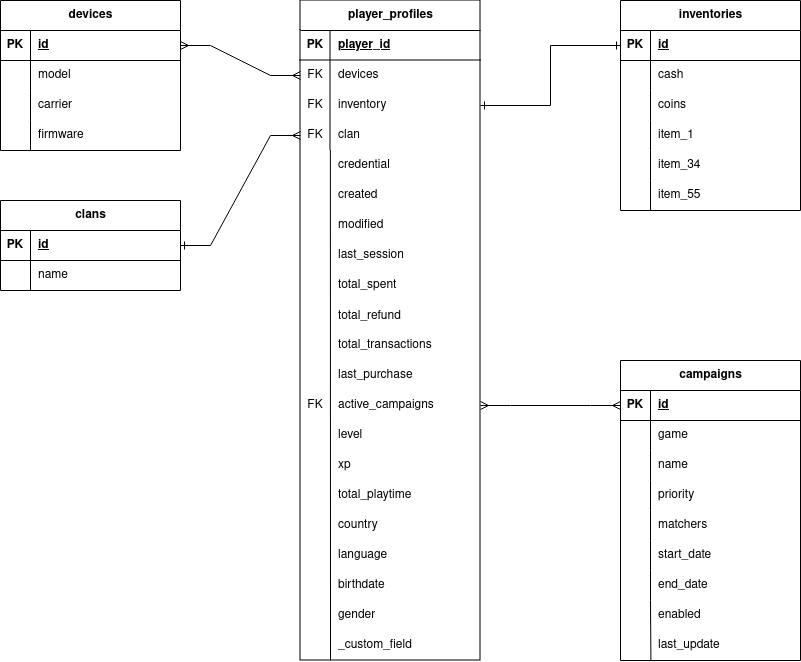
Earlier version of the draw.io export src/diagrams/tables.png (zamula-soft/user-profile-matcher). Source tidied: cells renumbered, new cells last; positions are measured from the earlier drawing's top-left corner, leaving out a move shared by most shapes.
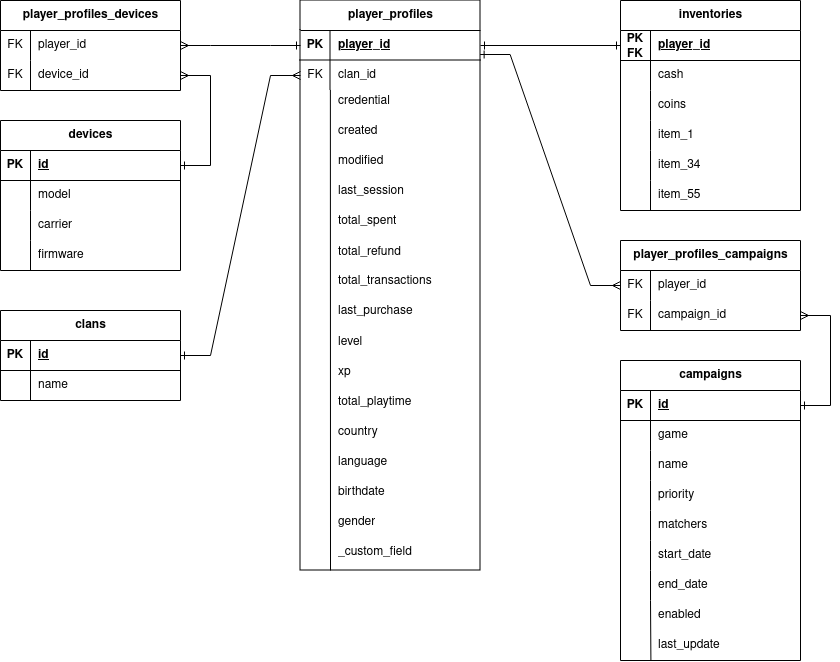
The same file after the commit.

Diff of the diagram source:
```diff
@@ -5,3 +5,3 @@
     <mxCell id="2" value="player_profiles" style="shape=table;startSize=30;rowLines=0;fontStyle=1;align=center;html=1;" parent="1" vertex="1">
-      <mxGeometry x="300" width="180" height="660" as="geometry" />
+      <mxGeometry x="300" width="180" height="570" as="geometry" />
     </mxCell>
@@ -16,22 +16,4 @@
     </mxCell>
-    <mxCell id="6" style="shape=tableRow;horizontal=0;startSize=0;swimlaneHead=0;swimlaneBody=0;fillColor=none;points=[[0,0.5],[1,0.5]];portConstraint=eastwest;top=0;left=0;right=0;bottom=0;" parent="2" vertex="1">
-      <mxGeometry y="60" width="180" height="30" as="geometry" />
-    </mxCell>
-    <mxCell id="7" value="FK" style="shape=partialRectangle;fillColor=none;top=0;left=0;bottom=0;right=0;overflow=hidden;whiteSpace=wrap;html=1;" parent="6" vertex="1">
-      <mxGeometry width="30" height="30" as="geometry" />
-    </mxCell>
-    <mxCell id="8" value="&lt;div&gt;devices&lt;/div&gt;" style="shape=partialRectangle;fillColor=none;top=0;left=0;bottom=0;right=0;align=left;spacingLeft=6;overflow=hidden;whiteSpace=wrap;html=1;" parent="6" vertex="1">
-      <mxGeometry x="30" width="150" height="30" as="geometry" />
-    </mxCell>
-    <mxCell id="9" style="shape=tableRow;horizontal=0;startSize=0;swimlaneHead=0;swimlaneBody=0;fillColor=none;points=[[0,0.5],[1,0.5]];portConstraint=eastwest;top=0;left=0;right=0;bottom=0;" parent="2" vertex="1">
-      <mxGeometry y="90" width="180" height="30" as="geometry" />
-    </mxCell>
-    <mxCell id="10" value="FK" style="shape=partialRectangle;fillColor=none;top=0;left=0;bottom=0;right=0;overflow=hidden;whiteSpace=wrap;html=1;" parent="9" vertex="1">
-      <mxGeometry width="30" height="30" as="geometry" />
-    </mxCell>
-    <mxCell id="11" value="inventory" style="shape=partialRectangle;fillColor=none;top=0;left=0;bottom=0;right=0;align=left;spacingLeft=6;overflow=hidden;whiteSpace=wrap;html=1;" parent="9" vertex="1">
-      <mxGeometry x="30" width="150" height="30" as="geometry" />
-    </mxCell>
     <mxCell id="12" style="shape=tableRow;horizontal=0;startSize=0;swimlaneHead=0;swimlaneBody=0;fillColor=none;points=[[0,0.5],[1,0.5]];portConstraint=eastwest;top=0;left=0;right=0;bottom=0;" parent="2" vertex="1">
-      <mxGeometry y="120" width="180" height="30" as="geometry" />
+      <mxGeometry y="60" width="180" height="30" as="geometry" />
     </mxCell>
@@ -40,3 +22,3 @@
     </mxCell>
-    <mxCell id="14" value="clan" style="shape=partialRectangle;fillColor=none;top=0;left=0;bottom=0;right=0;align=left;spacingLeft=6;overflow=hidden;whiteSpace=wrap;html=1;" parent="12" vertex="1">
+    <mxCell id="14" value="clan_id" style="shape=partialRectangle;fillColor=none;top=0;left=0;bottom=0;right=0;align=left;spacingLeft=6;overflow=hidden;whiteSpace=wrap;html=1;" parent="12" vertex="1">
       <mxGeometry x="30" width="150" height="30" as="geometry" />
@@ -44,3 +26,3 @@
     <mxCell id="15" value="clans" style="shape=table;startSize=30;rowLines=0;fontStyle=1;align=center;html=1;" parent="1" vertex="1">
-      <mxGeometry y="200" width="180" height="90" as="geometry" />
+      <mxGeometry y="310" width="180" height="90" as="geometry" />
     </mxCell>
@@ -68,3 +50,3 @@
     <mxCell id="23" value="devices" style="shape=table;startSize=30;rowLines=0;fontStyle=1;align=center;html=1;" parent="1" vertex="1">
-      <mxGeometry width="180" height="150" as="geometry" />
+      <mxGeometry y="120" width="180" height="150" as="geometry" />
     </mxCell>
@@ -106,5 +88,2 @@
     </mxCell>
-    <mxCell id="36" style="edgeStyle=entityRelationEdgeStyle;fontSize=12;html=1;endArrow=ERmany;rounded=0;startArrow=ERmany;startFill=0;exitX=1;exitY=0.5;exitDx=0;exitDy=0;" parent="1" edge="1" source="24" target="6">
-      <mxGeometry relative="1" as="geometry" />
-    </mxCell>
     <object id="37" label="inventories" cash="" coins="" inventory_id="id" item_1="" item_34="" item_55="55" placeholders="1" player_id="">
@@ -117,6 +96,6 @@
     </mxCell>
-    <mxCell id="39" value="PK" style="shape=partialRectangle;fillColor=none;top=0;left=0;bottom=0;right=0;fontStyle=1;overflow=hidden;whiteSpace=wrap;html=1;" parent="38" vertex="1">
+    <mxCell id="39" value="PK FK" style="shape=partialRectangle;fillColor=none;top=0;left=0;bottom=0;right=0;fontStyle=1;overflow=hidden;whiteSpace=wrap;html=1;" parent="38" vertex="1">
       <mxGeometry width="30" height="30" as="geometry" />
     </mxCell>
-    <mxCell id="40" value="id" style="shape=partialRectangle;fillColor=none;top=0;left=0;bottom=0;right=0;align=left;spacingLeft=6;fontStyle=5;overflow=hidden;whiteSpace=wrap;html=1;" parent="38" vertex="1">
+    <mxCell id="40" value="player_id" style="shape=partialRectangle;fillColor=none;top=0;left=0;bottom=0;right=0;align=left;spacingLeft=6;fontStyle=5;overflow=hidden;whiteSpace=wrap;html=1;" parent="38" vertex="1">
       <mxGeometry x="30" width="150" height="30" as="geometry" />
@@ -168,3 +147,3 @@
     </mxCell>
-    <mxCell id="56" style="edgeStyle=orthogonalEdgeStyle;rounded=0;jettySize=auto;html=1;startArrow=ERone;startFill=0;endArrow=ERone;endFill=0;" parent="1" edge="1" source="38" target="9">
+    <mxCell id="56" style="edgeStyle=orthogonalEdgeStyle;rounded=0;jettySize=auto;html=1;startArrow=ERone;startFill=0;endArrow=ERone;endFill=0;" parent="1" edge="1" source="38" target="3">
       <mxGeometry relative="1" as="geometry" />
@@ -240,3 +219,3 @@
     <mxCell id="79" style="shape=tableRow;horizontal=0;startSize=0;swimlaneHead=0;swimlaneBody=0;fillColor=none;top=0;left=0;right=0;bottom=0;" parent="1" vertex="1">
-      <mxGeometry x="300" y="150" width="180" height="30" as="geometry" />
+      <mxGeometry x="300" y="86" width="180" height="30" as="geometry" />
     </mxCell>
@@ -249,3 +228,3 @@
     <mxCell id="82" style="shape=tableRow;horizontal=0;startSize=0;swimlaneHead=0;swimlaneBody=0;fillColor=none;top=0;left=0;right=0;bottom=0;" parent="1" vertex="1">
-      <mxGeometry x="300" y="180" width="180" height="30" as="geometry" />
+      <mxGeometry x="300" y="116" width="180" height="30" as="geometry" />
     </mxCell>
@@ -258,3 +237,3 @@
     <mxCell id="85" style="shape=tableRow;horizontal=0;startSize=0;swimlaneHead=0;swimlaneBody=0;fillColor=none;top=0;left=0;right=0;bottom=0;" parent="1" vertex="1">
-      <mxGeometry x="300" y="210" width="180" height="30" as="geometry" />
+      <mxGeometry x="300" y="146" width="180" height="30" as="geometry" />
     </mxCell>
@@ -267,3 +246,3 @@
     <mxCell id="88" style="shape=tableRow;horizontal=0;startSize=0;swimlaneHead=0;swimlaneBody=0;fillColor=none;top=0;left=0;right=0;bottom=0;" parent="1" vertex="1">
-      <mxGeometry x="300" y="240" width="180" height="30" as="geometry" />
+      <mxGeometry x="300" y="176" width="180" height="30" as="geometry" />
     </mxCell>
@@ -276,3 +255,3 @@
     <mxCell id="91" style="shape=tableRow;horizontal=0;startSize=0;swimlaneHead=0;swimlaneBody=0;fillColor=none;top=0;left=0;right=0;bottom=0;" parent="1" vertex="1">
-      <mxGeometry x="300" y="270" width="180" height="30" as="geometry" />
+      <mxGeometry x="300" y="206" width="180" height="30" as="geometry" />
     </mxCell>
@@ -285,3 +264,3 @@
     <mxCell id="94" style="shape=tableRow;horizontal=0;startSize=0;swimlaneHead=0;swimlaneBody=0;fillColor=none;top=0;left=0;right=0;bottom=0;" parent="1" vertex="1">
-      <mxGeometry x="300" y="301" width="180" height="30" as="geometry" />
+      <mxGeometry x="300" y="237" width="180" height="30" as="geometry" />
     </mxCell>
@@ -294,3 +273,3 @@
     <mxCell id="97" style="shape=tableRow;horizontal=0;startSize=0;swimlaneHead=0;swimlaneBody=0;fillColor=none;top=0;left=0;right=0;bottom=0;" parent="1" vertex="1">
-      <mxGeometry x="300" y="330" width="180" height="30" as="geometry" />
+      <mxGeometry x="300" y="266" width="180" height="30" as="geometry" />
     </mxCell>
@@ -303,3 +282,3 @@
     <mxCell id="100" style="shape=tableRow;horizontal=0;startSize=0;swimlaneHead=0;swimlaneBody=0;fillColor=none;top=0;left=0;right=0;bottom=0;" parent="1" vertex="1">
-      <mxGeometry x="300" y="360" width="180" height="30" as="geometry" />
+      <mxGeometry x="300" y="296" width="180" height="30" as="geometry" />
     </mxCell>
@@ -311,13 +290,4 @@
     </mxCell>
-    <mxCell id="103" style="shape=tableRow;horizontal=0;startSize=0;swimlaneHead=0;swimlaneBody=0;fillColor=none;points=[[0,0.5],[1,0.5]];portConstraint=eastwest;top=0;left=0;right=0;bottom=0;" parent="1" vertex="1">
-      <mxGeometry x="300" y="390" width="180" height="30" as="geometry" />
-    </mxCell>
-    <mxCell id="104" value="FK" style="shape=partialRectangle;fillColor=none;top=0;left=0;bottom=0;right=0;overflow=hidden;whiteSpace=wrap;html=1;" parent="103" vertex="1">
-      <mxGeometry width="30" height="30" as="geometry" />
-    </mxCell>
-    <mxCell id="105" value="active_campaigns" style="shape=partialRectangle;fillColor=none;top=0;left=0;bottom=0;right=0;align=left;spacingLeft=6;overflow=hidden;whiteSpace=wrap;html=1;" parent="103" vertex="1">
-      <mxGeometry x="30" width="150" height="30" as="geometry" />
-    </mxCell>
     <mxCell id="106" style="shape=tableRow;horizontal=0;startSize=0;swimlaneHead=0;swimlaneBody=0;fillColor=none;top=0;left=0;right=0;bottom=0;" parent="1" vertex="1">
-      <mxGeometry x="300" y="420" width="180" height="30" as="geometry" />
+      <mxGeometry x="300" y="327" width="180" height="30" as="geometry" />
     </mxCell>
@@ -330,3 +300,3 @@
     <mxCell id="109" style="shape=tableRow;horizontal=0;startSize=0;swimlaneHead=0;swimlaneBody=0;fillColor=none;top=0;left=0;right=0;bottom=0;" parent="1" vertex="1">
-      <mxGeometry x="300" y="450" width="180" height="30" as="geometry" />
+      <mxGeometry x="300" y="357" width="180" height="30" as="geometry" />
     </mxCell>
@@ -339,3 +309,3 @@
     <mxCell id="112" style="shape=tableRow;horizontal=0;startSize=0;swimlaneHead=0;swimlaneBody=0;fillColor=none;top=0;left=0;right=0;bottom=0;" parent="1" vertex="1">
-      <mxGeometry x="300" y="480" width="180" height="30" as="geometry" />
+      <mxGeometry x="300" y="387" width="180" height="30" as="geometry" />
     </mxCell>
@@ -348,3 +318,3 @@
     <mxCell id="115" style="shape=tableRow;horizontal=0;startSize=0;swimlaneHead=0;swimlaneBody=0;fillColor=none;top=0;left=0;right=0;bottom=0;" parent="1" vertex="1">
-      <mxGeometry x="300" y="510" width="180" height="30" as="geometry" />
+      <mxGeometry x="300" y="417" width="180" height="30" as="geometry" />
     </mxCell>
@@ -357,3 +327,3 @@
     <mxCell id="118" style="shape=tableRow;horizontal=0;startSize=0;swimlaneHead=0;swimlaneBody=0;fillColor=none;top=0;left=0;right=0;bottom=0;" parent="1" vertex="1">
-      <mxGeometry x="300" y="540" width="180" height="30" as="geometry" />
+      <mxGeometry x="300" y="447" width="180" height="30" as="geometry" />
     </mxCell>
@@ -366,3 +336,3 @@
     <mxCell id="121" style="shape=tableRow;horizontal=0;startSize=0;swimlaneHead=0;swimlaneBody=0;fillColor=none;top=0;left=0;right=0;bottom=0;" parent="1" vertex="1">
-      <mxGeometry x="300" y="570" width="180" height="30" as="geometry" />
+      <mxGeometry x="300" y="477" width="180" height="30" as="geometry" />
     </mxCell>
@@ -375,3 +345,3 @@
     <mxCell id="124" style="shape=tableRow;horizontal=0;startSize=0;swimlaneHead=0;swimlaneBody=0;fillColor=none;top=0;left=0;right=0;bottom=0;" parent="1" vertex="1">
-      <mxGeometry x="300" y="600" width="180" height="30" as="geometry" />
+      <mxGeometry x="300" y="507" width="180" height="30" as="geometry" />
     </mxCell>
@@ -384,3 +354,3 @@
     <mxCell id="127" style="shape=tableRow;horizontal=0;startSize=0;swimlaneHead=0;swimlaneBody=0;fillColor=none;top=0;left=0;right=0;bottom=0;" parent="1" vertex="1">
-      <mxGeometry x="300" y="630" width="180" height="30" as="geometry" />
+      <mxGeometry x="300" y="537" width="180" height="30" as="geometry" />
     </mxCell>
@@ -394,6 +364,6 @@
       <mxGeometry relative="1" as="geometry">
-        <mxPoint x="330" y="660" as="sourcePoint" />
+        <mxPoint x="330" y="570" as="sourcePoint" />
       </mxGeometry>
     </mxCell>
-    <mxCell id="131" style="edgeStyle=entityRelationEdgeStyle;fontSize=12;html=1;endArrow=ERmany;rounded=0;startArrow=ERmany;startFill=0;" parent="1" edge="1" source="103" target="58">
+    <mxCell id="131" style="edgeStyle=entityRelationEdgeStyle;fontSize=12;html=1;endArrow=ERone;rounded=0;startArrow=ERmany;startFill=0;endFill=0;" parent="1" edge="1" source="143" target="58">
       <mxGeometry relative="1" as="geometry" />
@@ -423,2 +393,53 @@
     </mxCell>
+    <mxCell id="139" value="player_profiles_campaigns" style="shape=table;startSize=30;rowLines=0;fontStyle=1;align=center;html=1;" parent="1" vertex="1">
+      <mxGeometry x="620" y="240" width="180" height="90" as="geometry" />
+    </mxCell>
+    <mxCell id="140" style="shape=tableRow;horizontal=0;startSize=0;swimlaneHead=0;swimlaneBody=0;fillColor=none;points=[[0,0.5],[1,0.5]];portConstraint=eastwest;top=0;left=0;right=0;bottom=0;" parent="139" vertex="1">
+      <mxGeometry y="30" width="180" height="30" as="geometry" />
+    </mxCell>
+    <mxCell id="141" value="FK" style="shape=partialRectangle;fillColor=none;top=0;left=0;bottom=0;right=0;overflow=hidden;whiteSpace=wrap;html=1;" parent="140" vertex="1">
+      <mxGeometry width="30" height="30" as="geometry" />
+    </mxCell>
+    <mxCell id="142" value="player_id" style="shape=partialRectangle;fillColor=none;top=0;left=0;bottom=0;right=0;align=left;spacingLeft=6;overflow=hidden;whiteSpace=wrap;html=1;" parent="140" vertex="1">
+      <mxGeometry x="30" width="150" height="30" as="geometry" />
+    </mxCell>
+    <mxCell id="143" style="shape=tableRow;horizontal=0;startSize=0;swimlaneHead=0;swimlaneBody=0;fillColor=none;points=[[0,0.5],[1,0.5]];portConstraint=eastwest;top=0;left=0;right=0;bottom=0;" parent="139" vertex="1">
+      <mxGeometry y="60" width="180" height="30" as="geometry" />
+    </mxCell>
+    <mxCell id="144" value="FK" style="shape=partialRectangle;fillColor=none;top=0;left=0;bottom=0;right=0;overflow=hidden;whiteSpace=wrap;html=1;" parent="143" vertex="1">
+      <mxGeometry width="30" height="30" as="geometry" />
+    </mxCell>
+    <mxCell id="145" value="campaign_id" style="shape=partialRectangle;fillColor=none;top=0;left=0;bottom=0;right=0;align=left;spacingLeft=6;overflow=hidden;whiteSpace=wrap;html=1;" parent="143" vertex="1">
+      <mxGeometry x="30" width="150" height="30" as="geometry" />
+    </mxCell>
+    <mxCell id="146" style="edgeStyle=entityRelationEdgeStyle;fontSize=12;html=1;endArrow=ERmany;rounded=0;startArrow=ERone;startFill=0;exitX=0.998;exitY=0.8;exitDx=0;exitDy=0;exitPerimeter=0;" parent="1" edge="1" source="3" target="140">
+      <mxGeometry relative="1" as="geometry" />
+    </mxCell>
+    <mxCell id="147" value="player_profiles_devices" style="shape=table;startSize=30;rowLines=0;fontStyle=1;align=center;html=1;" parent="1" vertex="1">
+      <mxGeometry width="180" height="90" as="geometry" />
+    </mxCell>
+    <mxCell id="148" style="shape=tableRow;horizontal=0;startSize=0;swimlaneHead=0;swimlaneBody=0;fillColor=none;points=[[0,0.5],[1,0.5]];portConstraint=eastwest;top=0;left=0;right=0;bottom=0;" parent="147" vertex="1">
+      <mxGeometry y="30" width="180" height="30" as="geometry" />
+    </mxCell>
+    <mxCell id="149" value="FK" style="shape=partialRectangle;fillColor=none;top=0;left=0;bottom=0;right=0;overflow=hidden;whiteSpace=wrap;html=1;" parent="148" vertex="1">
+      <mxGeometry width="30" height="30" as="geometry" />
+    </mxCell>
+    <mxCell id="150" value="player_id" style="shape=partialRectangle;fillColor=none;top=0;left=0;bottom=0;right=0;align=left;spacingLeft=6;overflow=hidden;whiteSpace=wrap;html=1;" parent="148" vertex="1">
+      <mxGeometry x="30" width="150" height="30" as="geometry" />
+    </mxCell>
+    <mxCell id="151" style="shape=tableRow;horizontal=0;startSize=0;swimlaneHead=0;swimlaneBody=0;fillColor=none;points=[[0,0.5],[1,0.5]];portConstraint=eastwest;top=0;left=0;right=0;bottom=0;" parent="147" vertex="1">
+      <mxGeometry y="60" width="180" height="30" as="geometry" />
+    </mxCell>
+    <mxCell id="152" value="FK" style="shape=partialRectangle;fillColor=none;top=0;left=0;bottom=0;right=0;overflow=hidden;whiteSpace=wrap;html=1;" parent="151" vertex="1">
+      <mxGeometry width="30" height="30" as="geometry" />
+    </mxCell>
+    <mxCell id="153" value="device_id" style="shape=partialRectangle;fillColor=none;top=0;left=0;bottom=0;right=0;align=left;spacingLeft=6;overflow=hidden;whiteSpace=wrap;html=1;" parent="151" vertex="1">
+      <mxGeometry x="30" width="150" height="30" as="geometry" />
+    </mxCell>
+    <mxCell id="154" style="edgeStyle=entityRelationEdgeStyle;fontSize=12;html=1;endArrow=ERone;rounded=0;startArrow=ERmany;startFill=0;endFill=0;" parent="1" edge="1" source="148" target="3">
+      <mxGeometry relative="1" as="geometry" />
+    </mxCell>
+    <mxCell id="155" style="edgeStyle=entityRelationEdgeStyle;fontSize=12;html=1;endArrow=ERone;rounded=0;startArrow=ERmany;startFill=0;endFill=0;" parent="1" edge="1" source="151" target="24">
+      <mxGeometry relative="1" as="geometry" />
+    </mxCell>
   </root>
```
